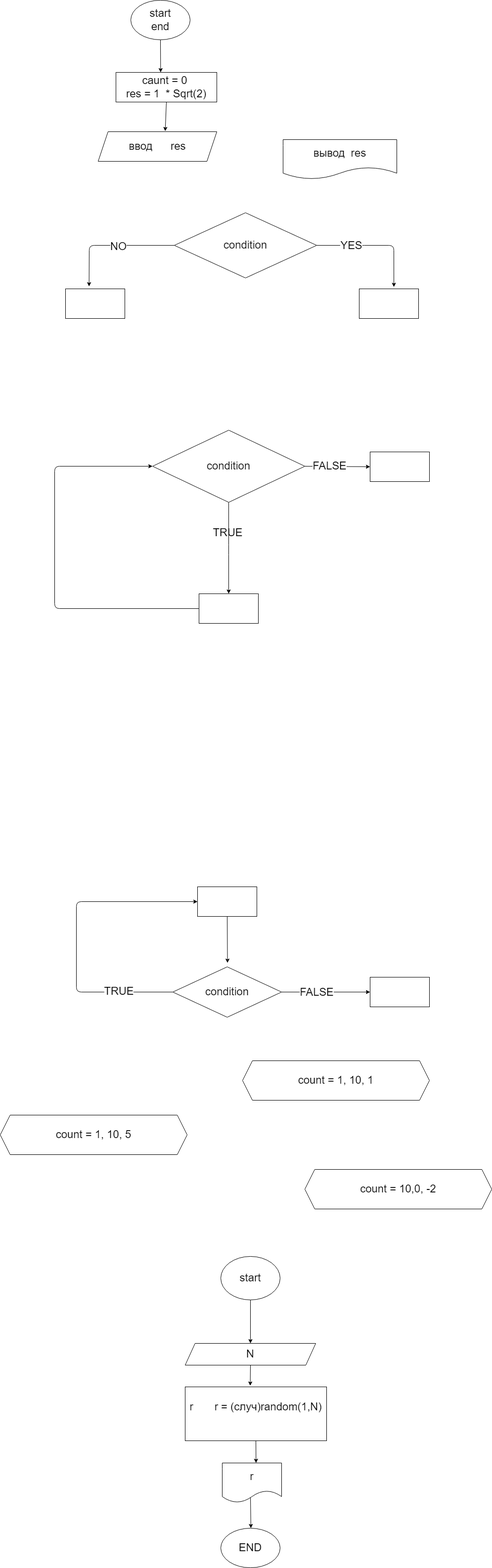
Guzel101035/practice_temp keeps this draw.io diagram as ex000.drawio.png. Above is the earlier version. Source tidied: cells renumbered, new cells last; positions are measured from the earlier drawing's top-left corner, leaving out a move shared by most shapes.
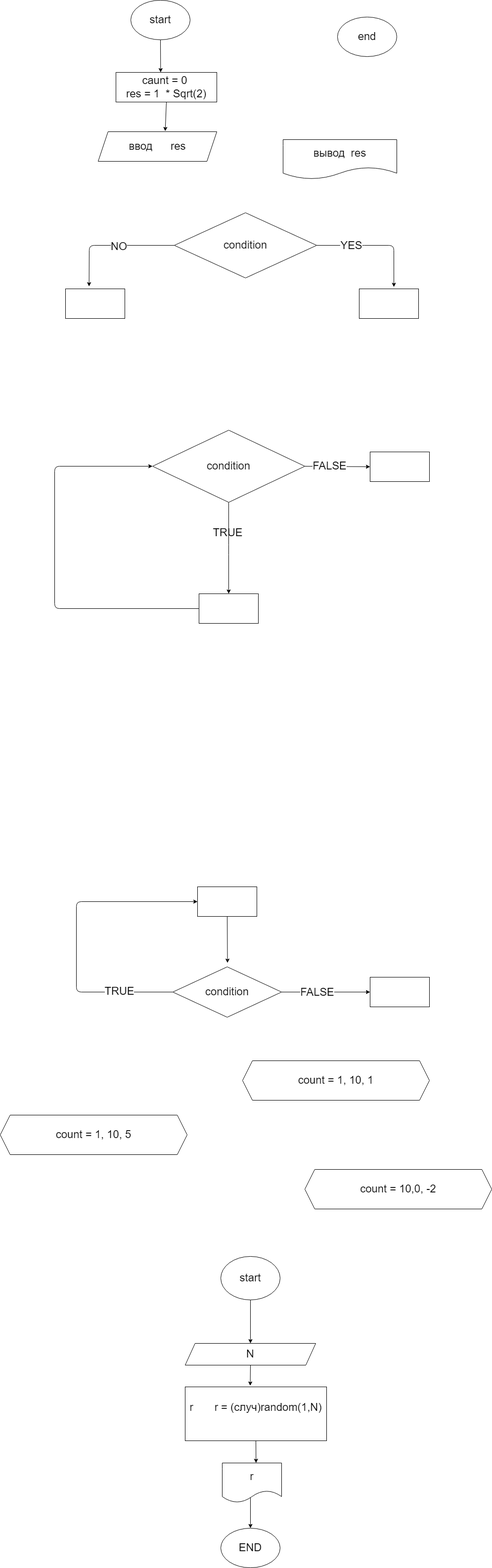
Above is the later version.

Change to the diagram source:
```diff
@@ -5,7 +5,7 @@
     <mxCell id="2" style="edgeStyle=none;html=1;exitX=0.5;exitY=1;exitDx=0;exitDy=0;entryX=0.443;entryY=0;entryDx=0;entryDy=0;entryPerimeter=0;fontSize=22;" parent="1" edge="1" source="3" target="6">
       <mxGeometry relative="1" as="geometry" />
     </mxCell>
-    <mxCell id="3" value="&lt;font style=&quot;font-size: 22px&quot;&gt;start&lt;br&gt;end&lt;br&gt;&lt;/font&gt;" style="ellipse;whiteSpace=wrap;html=1;" parent="1" vertex="1">
+    <mxCell id="3" value="&lt;font style=&quot;font-size: 22px&quot;&gt;start&lt;br&gt;&lt;/font&gt;" style="ellipse;whiteSpace=wrap;html=1;" parent="1" vertex="1">
       <mxGeometry x="264" width="120" height="80" as="geometry" />
     </mxCell>
     <mxCell id="4" value="&lt;font style=&quot;font-size: 22px&quot;&gt;ввод&amp;nbsp; &amp;nbsp; &amp;nbsp; res&lt;/font&gt;" style="shape=parallelogram;perimeter=parallelogramPerimeter;whiteSpace=wrap;html=1;fixedSize=1;" parent="1" vertex="1">
@@ -154,5 +154,8 @@
     <mxCell id="42" value="END" style="ellipse;whiteSpace=wrap;html=1;fontSize=22;" parent="1" vertex="1">
       <mxGeometry x="446" y="3092" width="120" height="80" as="geometry" />
     </mxCell>
+    <mxCell id="43" value="&lt;font style=&quot;font-size: 22px&quot;&gt;end&lt;/font&gt;" style="ellipse;whiteSpace=wrap;html=1;" parent="1" vertex="1">
+      <mxGeometry x="682" y="34" width="120" height="80" as="geometry" />
+    </mxCell>
   </root>
 </mxGraphModel>
```
